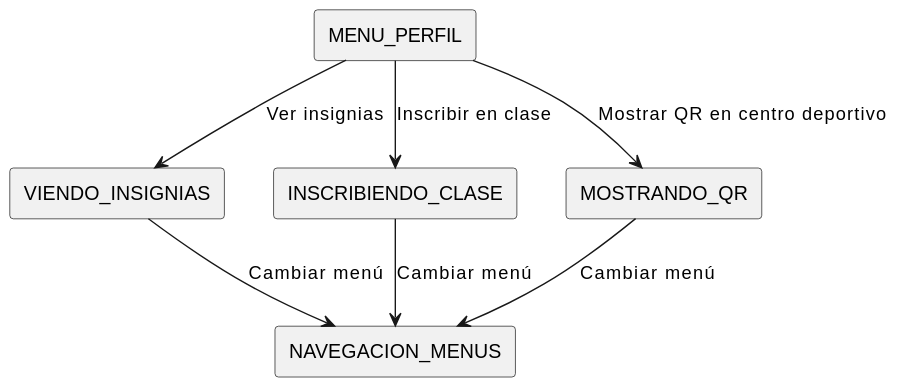
Above: Documentos/Imagenes/DiagramasContexto/DiagramasDeContextoAlumno/DiagramaDeContextoMenuPerfilAlumno.svg in mmasias/24-25-IdSw1-SDR (PlantUML), before the change.
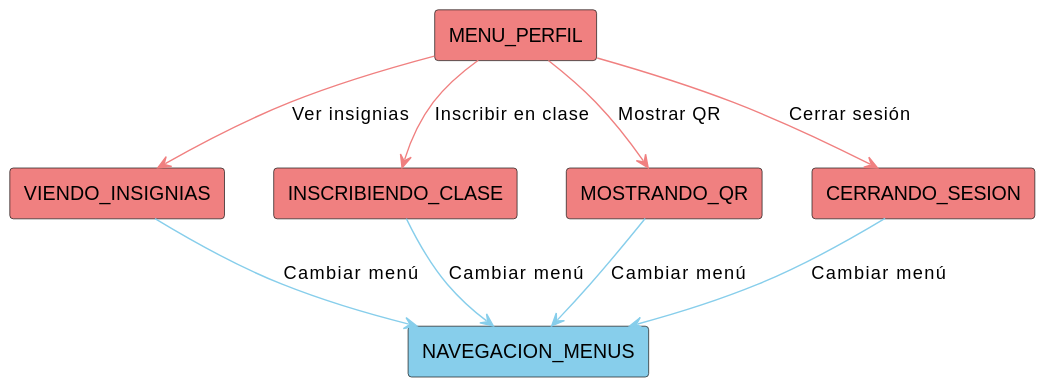
Later version of the same file.

Commit message:
Contexto Alumnos

The edit, as a diff of the source:
```diff
@@ -1,17 +1,20 @@
 @startuml
-!define RECTANGLE(x) rectangle x
+!define RECTANGLE(x, color) rectangle x#color
 
-RECTANGLE(NAVEGACION_MENUS)
-RECTANGLE(MENU_PERFIL)
+RECTANGLE(NAVEGACION_MENUS, SkyBlue)
+RECTANGLE(MENU_PERFIL, LightCoral)
 
-RECTANGLE(VIENDO_INSIGNIAS)
-RECTANGLE(INSCRIBIENDO_CLASE)
-RECTANGLE(MOSTRANDO_QR)
+RECTANGLE(VIENDO_INSIGNIAS, LightCoral)
+RECTANGLE(INSCRIBIENDO_CLASE, LightCoral)
+RECTANGLE(MOSTRANDO_QR, LightCoral)
+RECTANGLE(CERRANDO_SESION, LightCoral)
 
-MENU_PERFIL --> VIENDO_INSIGNIAS : Ver insignias
-MENU_PERFIL --> INSCRIBIENDO_CLASE : Inscribir en clase
-MENU_PERFIL --> MOSTRANDO_QR : Mostrar QR en centro deportivo
-VIENDO_INSIGNIAS --> NAVEGACION_MENUS : Cambiar menú
-INSCRIBIENDO_CLASE --> NAVEGACION_MENUS : Cambiar menú
-MOSTRANDO_QR --> NAVEGACION_MENUS : Cambiar menú
+MENU_PERFIL -[#LightCoral]-> VIENDO_INSIGNIAS : Ver insignias
+MENU_PERFIL -[#LightCoral]-> INSCRIBIENDO_CLASE : Inscribir en clase
+MENU_PERFIL -[#LightCoral]-> MOSTRANDO_QR : Mostrar QR
+MENU_PERFIL -[#LightCoral]-> CERRANDO_SESION : Cerrar sesión
+VIENDO_INSIGNIAS -[#SkyBlue]-> NAVEGACION_MENUS : Cambiar menú
+INSCRIBIENDO_CLASE -[#SkyBlue]-> NAVEGACION_MENUS : Cambiar menú
+MOSTRANDO_QR -[#SkyBlue]-> NAVEGACION_MENUS : Cambiar menú
+CERRANDO_SESION -[#SkyBlue]-> NAVEGACION_MENUS : Cambiar menú
 @enduml
```
